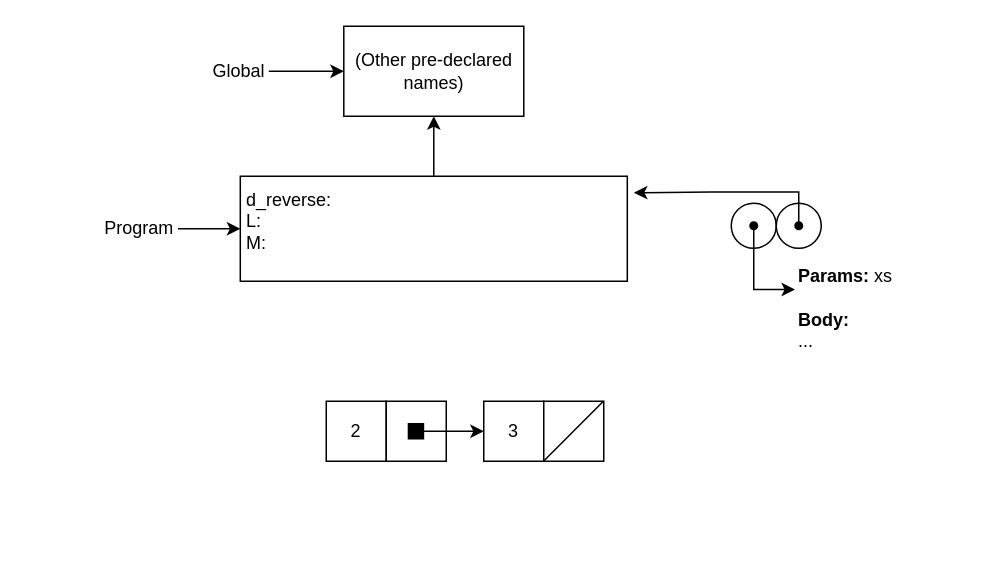
JingYenLoh/drawio keeps this draw.io diagram as Environment model.drawio. Above is the earlier version. Source tidied: cells renumbered, new cells numbered last; positions are measured from the earlier drawing's top-left corner, leaving out a move shared by most shapes. Both pictures are drawn from the tidied source at 150%, with x=0, y=0 at pixel (100, 26).
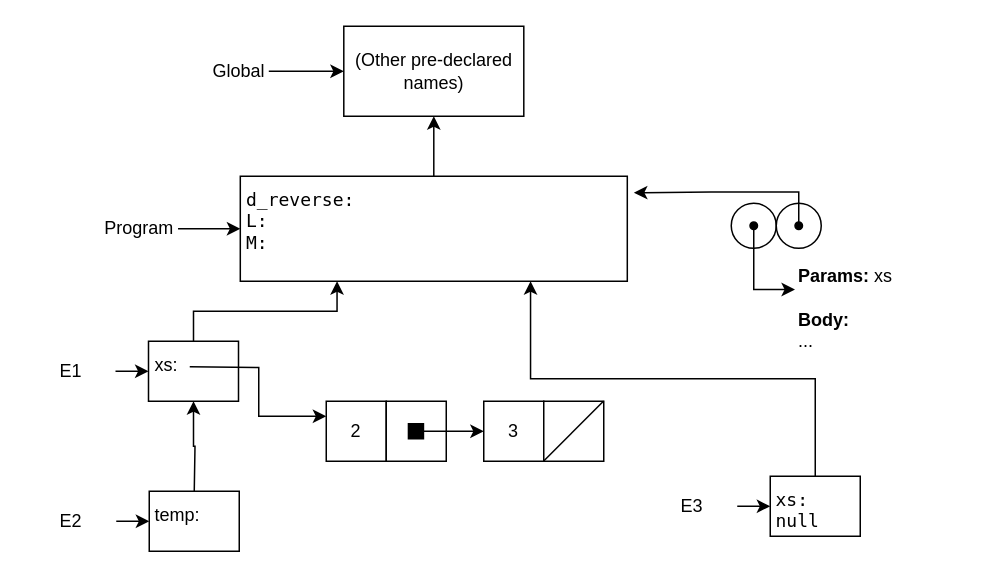
After the change.

Unchanged cells that the change refers to:
```xml
<mxCell id="6" style="group;align=center;" parent="1" vertex="1">
  <mxGeometry x="0.7" y="100" width="350" height="70" as="geometry" />
</mxCell>
<mxCell id="22" value="2" style="whiteSpace=wrap;html=1;rounded=0;align=center;verticalAlign=middle;" parent="21" vertex="1">
  <mxGeometry width="40" height="40" as="geometry" />
</mxCell>
```

What changed in the source:
```diff
@@
-    <mxCell id="7" value="&lt;div&gt;d_reverse:&lt;/div&gt;&lt;div&gt;L:&lt;/div&gt;&lt;div&gt;M:&lt;br&gt;&lt;/div&gt;" style="rounded=0;whiteSpace=wrap;html=1;align=left;verticalAlign=top;spacingLeft=0;spacingTop=0;spacingBottom=0;spacingRight=0;spacing=4;" parent="6" vertex="1">
+    <mxCell id="7" value="&lt;div&gt;&lt;font face=&quot;Lucida Console&quot;&gt;d_reverse:&lt;/font&gt;&lt;/div&gt;&lt;div&gt;&lt;font face=&quot;Lucida Console&quot;&gt;L:&lt;/font&gt;&lt;/div&gt;&lt;div&gt;&lt;font face=&quot;Lucida Console&quot;&gt;M:&lt;br&gt;&lt;/font&gt;&lt;/div&gt;" style="rounded=0;whiteSpace=wrap;html=1;align=left;verticalAlign=top;spacingLeft=0;spacingTop=0;spacingBottom=0;spacingRight=0;spacing=4;" parent="6" vertex="1">
       <mxGeometry x="92" width="258" height="70" as="geometry" />
     </mxCell>
@@
+    <mxCell id="31" style="group;" parent="1" vertex="1">
+      <mxGeometry x="-50.5" y="210" width="142" height="40" as="geometry" />
+    </mxCell>
+    <mxCell id="32" value="xs:" style="rounded=0;whiteSpace=wrap;html=1;align=left;verticalAlign=top;spacingLeft=0;spacingTop=0;spacingBottom=0;spacingRight=0;spacing=4;" parent="31" vertex="1">
+      <mxGeometry x="82" width="60" height="40" as="geometry" />
+    </mxCell>
+    <mxCell id="33" style="edgeStyle=orthogonalEdgeStyle;rounded=0;jettySize=auto;html=1;exitX=1;exitY=0.5;exitDx=0;exitDy=0;entryX=0;entryY=0.5;entryDx=0;entryDy=0;" parent="31" edge="1" source="34" target="32">
+      <mxGeometry relative="1" as="geometry" />
+    </mxCell>
+    <mxCell id="34" value="&lt;div&gt;E1&lt;/div&gt;" style="text;html=1;strokeColor=none;fillColor=none;align=center;verticalAlign=middle;whiteSpace=wrap;rounded=0;" parent="31" vertex="1">
+      <mxGeometry y="10" width="60" height="20" as="geometry" />
+    </mxCell>
+    <mxCell id="35" style="group;" parent="1" vertex="1">
+      <mxGeometry x="-50" y="310" width="142" height="40" as="geometry" />
+    </mxCell>
+    <mxCell id="36" value="&lt;div&gt;temp:&lt;/div&gt;" style="rounded=0;whiteSpace=wrap;html=1;align=left;verticalAlign=top;spacingLeft=0;spacingTop=0;spacingBottom=0;spacingRight=0;spacing=4;" parent="35" vertex="1">
+      <mxGeometry x="82" width="60" height="40" as="geometry" />
+    </mxCell>
+    <mxCell id="37" style="edgeStyle=orthogonalEdgeStyle;rounded=0;jettySize=auto;html=1;exitX=1;exitY=0.5;exitDx=0;exitDy=0;entryX=0;entryY=0.5;entryDx=0;entryDy=0;" parent="35" edge="1" source="38" target="36">
+      <mxGeometry relative="1" as="geometry" />
+    </mxCell>
+    <mxCell id="38" value="&lt;div&gt;E2&lt;/div&gt;" style="text;html=1;strokeColor=none;fillColor=none;align=center;verticalAlign=middle;whiteSpace=wrap;rounded=0;" parent="35" vertex="1">
+      <mxGeometry y="10" width="60" height="20" as="geometry" />
+    </mxCell>
+    <mxCell id="39" style="group;" parent="1" vertex="1">
+      <mxGeometry x="364" y="300" width="142" height="40" as="geometry" />
+    </mxCell>
+    <mxCell id="40" value="&lt;font face=&quot;Lucida Console&quot;&gt;xs: null&lt;/font&gt;" style="rounded=0;whiteSpace=wrap;html=1;align=left;verticalAlign=top;spacingLeft=0;spacingTop=0;spacingBottom=0;spacingRight=0;spacing=4;" parent="39" vertex="1">
+      <mxGeometry x="82" width="60" height="40" as="geometry" />
+    </mxCell>
+    <mxCell id="41" style="edgeStyle=orthogonalEdgeStyle;rounded=0;jettySize=auto;html=1;exitX=1;exitY=0.5;exitDx=0;exitDy=0;entryX=0;entryY=0.5;entryDx=0;entryDy=0;" parent="39" edge="1" source="42" target="40">
+      <mxGeometry relative="1" as="geometry" />
+    </mxCell>
+    <mxCell id="42" value="E3" style="text;html=1;strokeColor=none;fillColor=none;align=center;verticalAlign=middle;whiteSpace=wrap;rounded=0;" parent="39" vertex="1">
+      <mxGeometry y="10" width="60" height="20" as="geometry" />
+    </mxCell>
+    <mxCell id="43" style="edgeStyle=orthogonalEdgeStyle;rounded=0;jettySize=auto;html=1;entryX=0.5;entryY=1;entryDx=0;entryDy=0;" parent="1" edge="1" target="32">
+      <mxGeometry relative="1" as="geometry">
+        <mxPoint x="62" y="310" as="sourcePoint" />
+      </mxGeometry>
+    </mxCell>
+    <mxCell id="44" style="edgeStyle=orthogonalEdgeStyle;rounded=0;jettySize=auto;html=1;exitX=0.5;exitY=0;exitDx=0;exitDy=0;entryX=0.75;entryY=1;entryDx=0;entryDy=0;" parent="1" edge="1" source="40" target="7">
+      <mxGeometry relative="1" as="geometry" />
+    </mxCell>
+    <mxCell id="45" style="edgeStyle=orthogonalEdgeStyle;rounded=0;jettySize=auto;html=1;entryX=0;entryY=0.25;entryDx=0;entryDy=0;exitX=0.308;exitY=0.425;exitDx=0;exitDy=0;exitPerimeter=0;" parent="1" edge="1" target="22">
+      <mxGeometry relative="1" as="geometry">
+        <mxPoint x="59" y="227" as="sourcePoint" />
+      </mxGeometry>
+    </mxCell>
+    <mxCell id="46" style="edgeStyle=orthogonalEdgeStyle;rounded=0;jettySize=auto;html=1;entryX=0.25;entryY=1;entryDx=0;entryDy=0;exitX=0.5;exitY=0;exitDx=0;exitDy=0;" parent="1" edge="1" source="32" target="7">
+      <mxGeometry relative="1" as="geometry" />
+    </mxCell>
```
